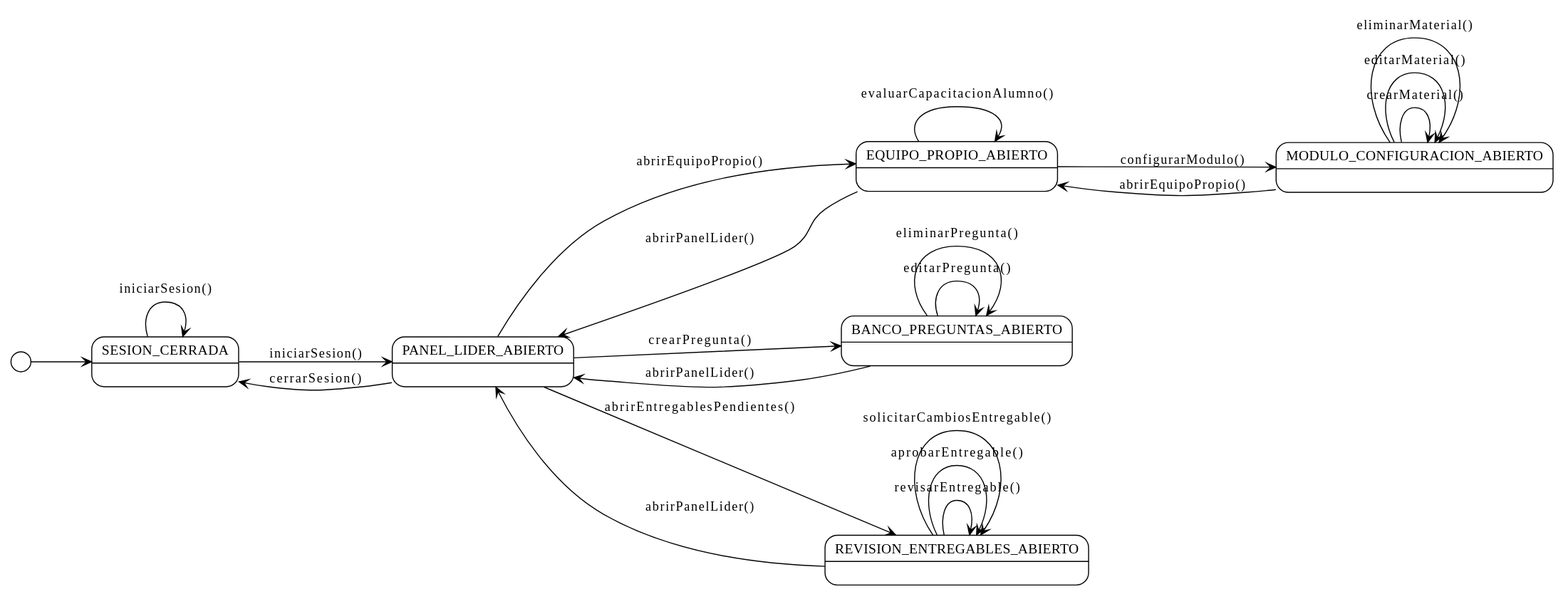
Before: images/RUP/01-requisitos/01-actores-casos-uso/diagramaContextoLiderEquipo.svg, a diagram exported from PlantUML (TheMoys/CTS-Academy).
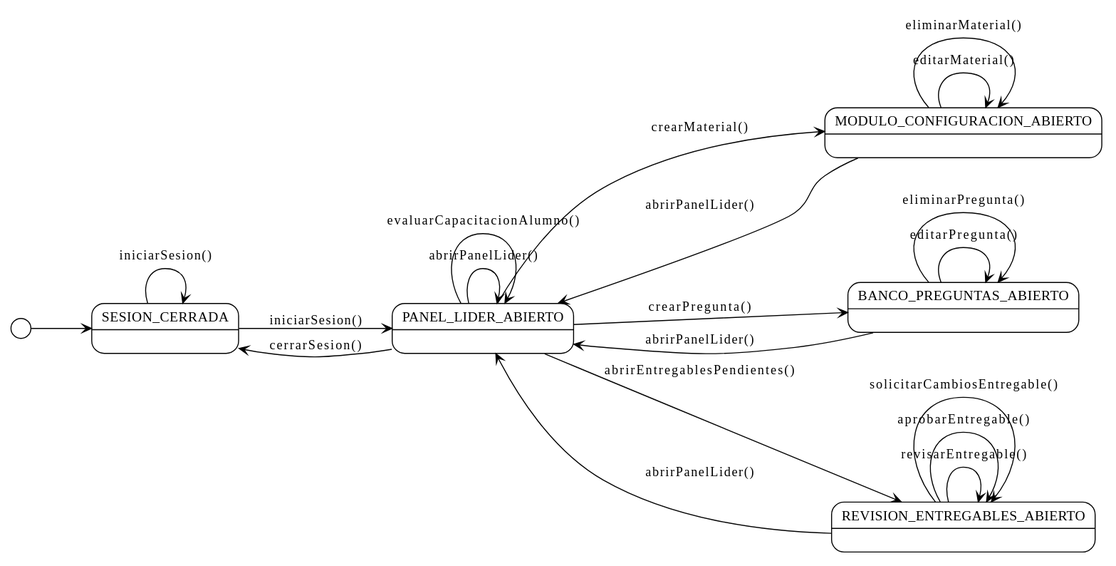
The same file after the commit.

Diff of the diagram source:
```diff
@@ -9,7 +9,6 @@
 
 state SESION_CERRADA
 state PANEL_LIDER_ABIERTO
-state EQUIPO_PROPIO_ABIERTO
 state MODULO_CONFIGURACION_ABIERTO
 state BANCO_PREGUNTAS_ABIERTO
 state REVISION_ENTREGABLES_ABIERTO
@@ -19,16 +18,12 @@
 SESION_CERRADA --> SESION_CERRADA : iniciarSesion()
 SESION_CERRADA --> PANEL_LIDER_ABIERTO : iniciarSesion()
 PANEL_LIDER_ABIERTO --> SESION_CERRADA : cerrarSesion()
+PANEL_LIDER_ABIERTO --> PANEL_LIDER_ABIERTO : abrirPanelLider()
 
-PANEL_LIDER_ABIERTO --> EQUIPO_PROPIO_ABIERTO : abrirEquipoPropio()
-EQUIPO_PROPIO_ABIERTO --> PANEL_LIDER_ABIERTO : abrirPanelLider()
-EQUIPO_PROPIO_ABIERTO --> EQUIPO_PROPIO_ABIERTO : evaluarCapacitacionAlumno()
-
-EQUIPO_PROPIO_ABIERTO --> MODULO_CONFIGURACION_ABIERTO : configurarModulo()
-MODULO_CONFIGURACION_ABIERTO --> MODULO_CONFIGURACION_ABIERTO : crearMaterial()
+PANEL_LIDER_ABIERTO --> MODULO_CONFIGURACION_ABIERTO : crearMaterial()
 MODULO_CONFIGURACION_ABIERTO --> MODULO_CONFIGURACION_ABIERTO : editarMaterial()
 MODULO_CONFIGURACION_ABIERTO --> MODULO_CONFIGURACION_ABIERTO : eliminarMaterial()
-MODULO_CONFIGURACION_ABIERTO --> EQUIPO_PROPIO_ABIERTO : abrirEquipoPropio()
+MODULO_CONFIGURACION_ABIERTO --> PANEL_LIDER_ABIERTO : abrirPanelLider()
 
 PANEL_LIDER_ABIERTO --> BANCO_PREGUNTAS_ABIERTO : crearPregunta()
 BANCO_PREGUNTAS_ABIERTO --> BANCO_PREGUNTAS_ABIERTO : editarPregunta()
@@ -40,4 +35,6 @@
 REVISION_ENTREGABLES_ABIERTO --> REVISION_ENTREGABLES_ABIERTO : aprobarEntregable()
 REVISION_ENTREGABLES_ABIERTO --> REVISION_ENTREGABLES_ABIERTO : solicitarCambiosEntregable()
 REVISION_ENTREGABLES_ABIERTO --> PANEL_LIDER_ABIERTO : abrirPanelLider()
+
+PANEL_LIDER_ABIERTO --> PANEL_LIDER_ABIERTO : evaluarCapacitacionAlumno()
 @enduml
```
